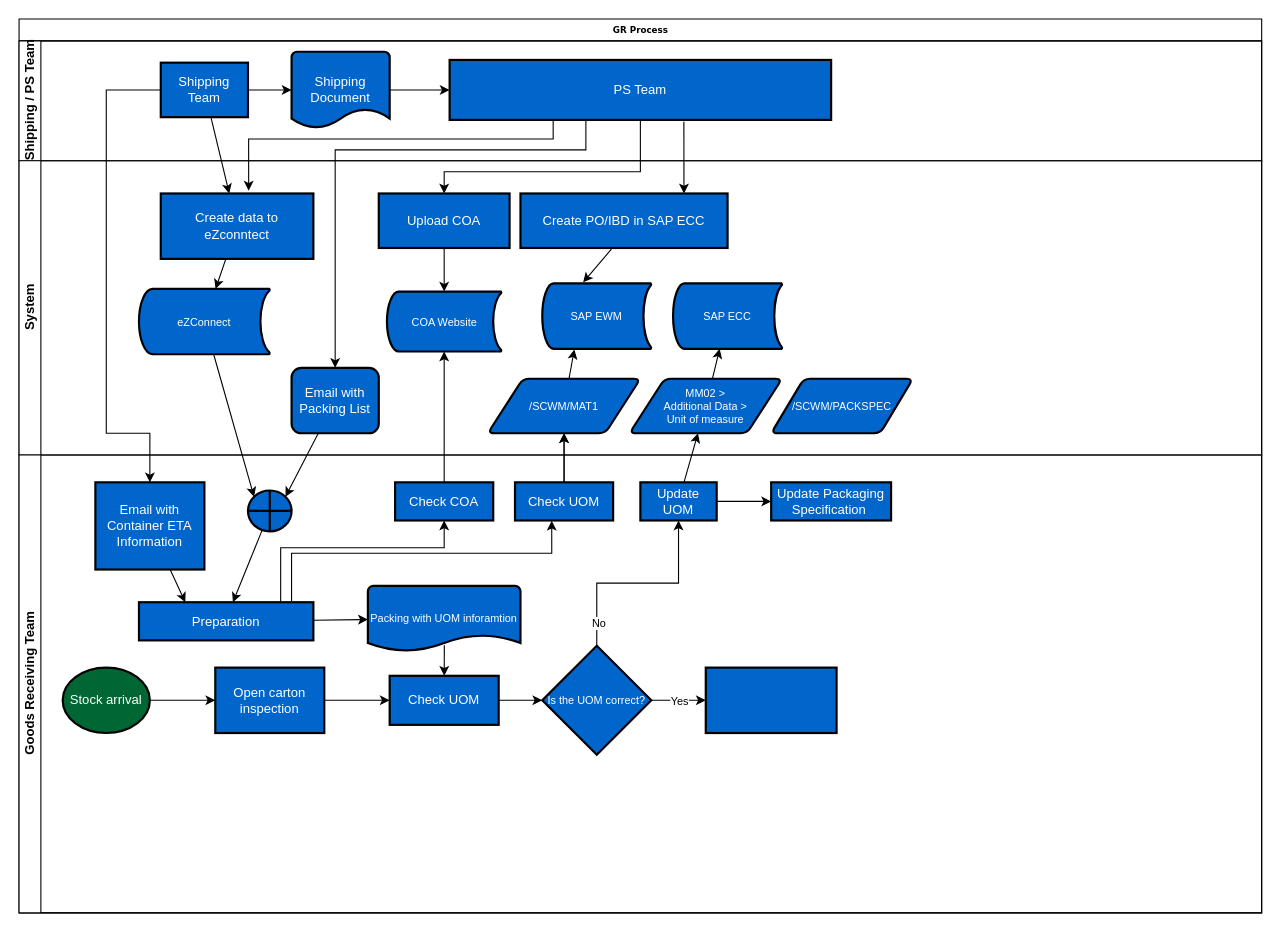
Earlier version of the draw.io diagram GR_Flowchart.drawio (chengkahohk/ZPHK_GR_workflow). Source tidied: cells renumbered, new cells numbered last; positions are measured from the earlier drawing's top-left corner, leaving out a move shared by most shapes. Both pictures are drawn from the tidied source at 109%, with x=0, y=0 at pixel (19, 19).
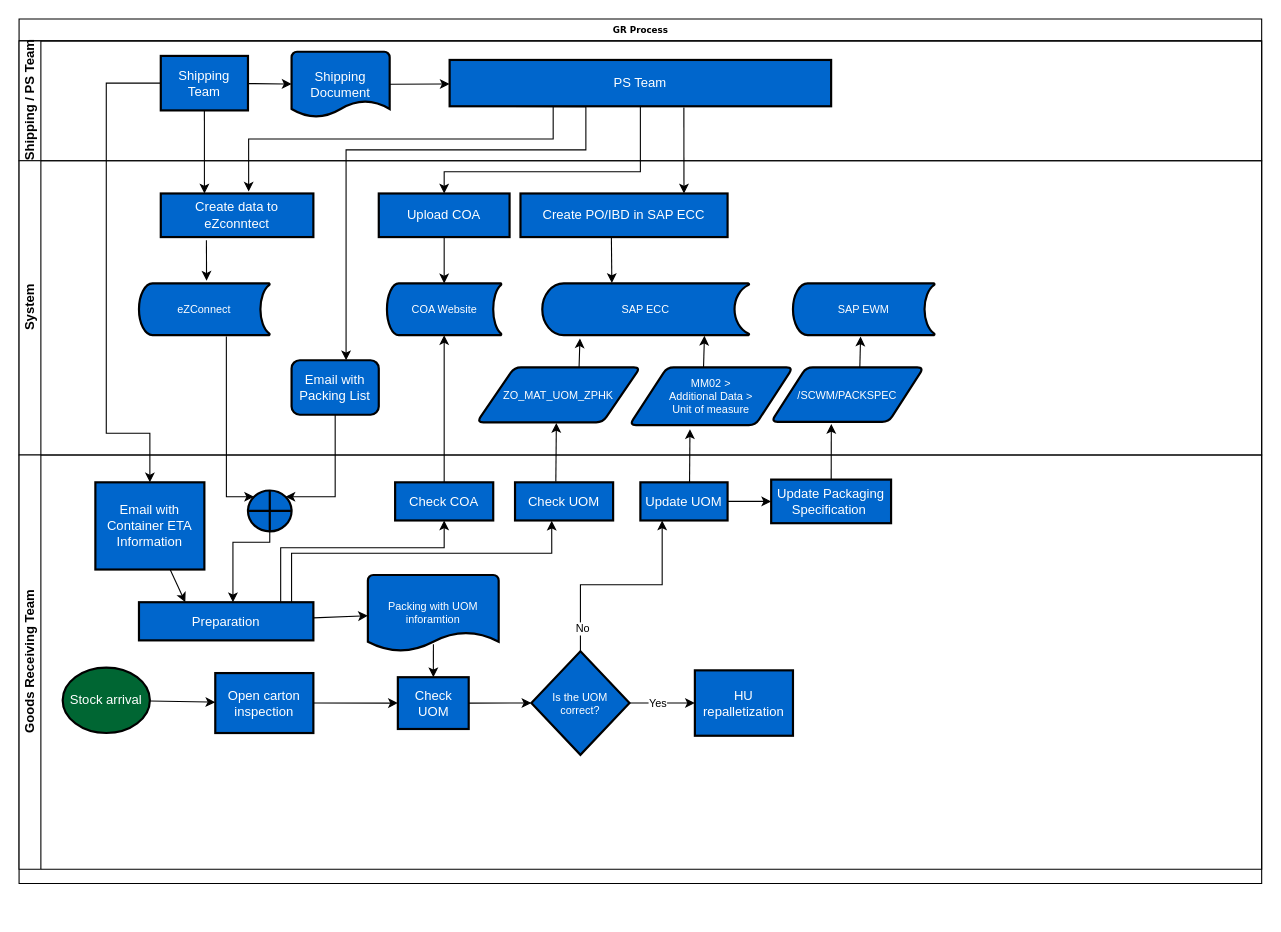
Above is the later version.

The change refers to these unchanged cells:
```xml
<mxCell id="4" value="Shipping / PS Team" style="swimlane;html=1;startSize=20;horizontal=0;" parent="2" vertex="1">
  <mxGeometry y="20" width="1140" height="110" as="geometry" />
</mxCell>
<mxCell id="19" value="System" style="swimlane;html=1;startSize=20;horizontal=0;" parent="2" vertex="1">
  <mxGeometry y="130" width="1140" height="270" as="geometry" />
</mxCell>
<mxCell id="44" value="Check UOM" style="whiteSpace=wrap;html=1;fillColor=#0066CC;fontColor=#FFFFFF;strokeWidth=2;" parent="38" vertex="1">
  <mxGeometry x="455" y="25" width="90" height="35" as="geometry" />
</mxCell>
<mxCell id="45" style="shape=orEllipse;perimeter=ellipsePerimeter;whiteSpace=wrap;html=1;backgroundOutline=1;fontFamily=Helvetica;fontSize=10;fontColor=#FFFFFF;strokeColor=default;strokeWidth=2;fillColor=#0066CC;" parent="38" vertex="1">
  <mxGeometry x="210" y="32.5" width="40" height="37.5" as="geometry" />
</mxCell>
<mxCell id="62" style="edgeStyle=none;rounded=0;jettySize=auto;html=1;fontFamily=Helvetica;fontSize=10;fontColor=#FFFFFF;elbow=vertical;" parent="38" edge="1" source="57" target="61">
  <mxGeometry relative="1" as="geometry" />
</mxCell>
```

The edit, as a diff of the source:
```diff
@@
     <mxCell id="2" value="GR Process" style="swimlane;html=1;horizontal=1;startSize=20;rounded=0;shadow=0;labelBackgroundColor=none;strokeWidth=1;fontFamily=Verdana;fontSize=8;align=center;" parent="1" vertex="1">
-      <mxGeometry width="1140" height="820" as="geometry" />
+      <mxGeometry width="1140" height="793" as="geometry" />
     </mxCell>
@@
-    <mxCell id="5" style="edgeStyle=orthogonalEdgeStyle;curved=1;rounded=0;jettySize=auto;html=1;fontFamily=Helvetica;fontSize=10;fontColor=#FFFFFF;" parent="4" edge="1" source="6" target="7">
+    <mxCell id="5" style="rounded=0;jettySize=auto;html=1;fontFamily=Helvetica;fontSize=10;fontColor=#FFFFFF;" parent="4" edge="1" source="6" target="7">
       <mxGeometry relative="1" as="geometry" />
     </mxCell>
     <mxCell id="6" value="Shipping Document" style="strokeWidth=2;html=1;shape=mxgraph.flowchart.document2;whiteSpace=wrap;size=0.25;fillColor=#0066CC;fontColor=#FFFFFF;" parent="4" vertex="1">
-      <mxGeometry x="250" y="10" width="90" height="70" as="geometry" />
+      <mxGeometry x="250" y="10" width="90" height="60" as="geometry" />
     </mxCell>
     <mxCell id="7" value="PS Team" style="whiteSpace=wrap;html=1;fillColor=#0066CC;fontColor=#FFFFFF;strokeWidth=2;" parent="4" vertex="1">
-      <mxGeometry x="395" y="17.5" width="350" height="55" as="geometry" />
+      <mxGeometry x="395" y="17.5" width="350" height="42.5" as="geometry" />
     </mxCell>
@@
     <mxCell id="9" value="Shipping Team" style="whiteSpace=wrap;html=1;fillColor=#0066CC;fontColor=#FFFFFF;strokeWidth=2;" parent="4" vertex="1">
-      <mxGeometry x="130" y="20" width="80" height="50" as="geometry" />
+      <mxGeometry x="130" y="13.8" width="80" height="50" as="geometry" />
     </mxCell>
@@
-    <mxCell id="12" style="edgeStyle=none;rounded=0;jettySize=auto;html=1;fontFamily=Helvetica;fontSize=10;fontColor=#FFFFFF;elbow=vertical;" parent="2" edge="1" source="44" target="30">
-      <mxGeometry relative="1" as="geometry" />
-    </mxCell>
-    <mxCell id="13" style="edgeStyle=none;rounded=0;jettySize=auto;html=1;entryX=0;entryY=0;entryDx=0;entryDy=0;fontFamily=Helvetica;fontSize=10;fontColor=#FFFFFF;" parent="2" edge="1" source="26" target="45">
-      <mxGeometry relative="1" as="geometry" />
+    <mxCell id="13" style="edgeStyle=orthogonalEdgeStyle;rounded=0;jettySize=auto;html=1;entryX=0;entryY=0;entryDx=0;entryDy=0;fontFamily=Helvetica;fontSize=10;fontColor=#FFFFFF;exitX=0.668;exitY=1.024;exitDx=0;exitDy=0;exitPerimeter=0;" parent="2" edge="1" source="26" target="45">
+      <mxGeometry relative="1" as="geometry">
+        <Array as="points">
+          <mxPoint x="190" y="438" />
+        </Array>
+      </mxGeometry>
     </mxCell>
-    <mxCell id="14" style="edgeStyle=none;rounded=0;jettySize=auto;html=1;entryX=1;entryY=0;entryDx=0;entryDy=0;fontFamily=Helvetica;fontSize=10;fontColor=#FFFFFF;" parent="2" edge="1" source="31" target="45">
-      <mxGeometry relative="1" as="geometry" />
+    <mxCell id="14" style="edgeStyle=orthogonalEdgeStyle;rounded=0;jettySize=auto;html=1;entryX=1;entryY=0;entryDx=0;entryDy=0;fontFamily=Helvetica;fontSize=10;fontColor=#FFFFFF;" parent="2" edge="1" source="31" target="45">
+      <mxGeometry relative="1" as="geometry">
+        <Array as="points">
+          <mxPoint x="290" y="438" />
+        </Array>
+      </mxGeometry>
     </mxCell>
     <mxCell id="15" style="edgeStyle=orthogonalEdgeStyle;rounded=0;jettySize=auto;html=1;exitX=0.09;exitY=1.006;exitDx=0;exitDy=0;fontFamily=Helvetica;fontSize=10;fontColor=#FFFFFF;elbow=vertical;exitPerimeter=0;" parent="2" edge="1" source="7" target="31">
       <mxGeometry relative="1" as="geometry">
         <Array as="points">
-          <mxPoint x="520" y="93" />
+          <mxPoint x="520" y="80" />
           <mxPoint x="520" y="120" />
-          <mxPoint x="290" y="120" />
+          <mxPoint x="300" y="120" />
         </Array>
       </mxGeometry>
     </mxCell>
@@
-    <mxCell id="17" style="rounded=0;jettySize=auto;html=1;fontFamily=Helvetica;fontSize=10;fontColor=#FFFFFF;elbow=vertical;" parent="2" edge="1" source="44" target="30">
+    <mxCell id="17" style="rounded=0;jettySize=auto;html=1;fontFamily=Helvetica;fontSize=10;fontColor=#FFFFFF;elbow=vertical;exitX=0.416;exitY=-0.012;exitDx=0;exitDy=0;exitPerimeter=0;entryX=0.486;entryY=1.011;entryDx=0;entryDy=0;entryPerimeter=0;" parent="2" edge="1" source="44" target="30">
       <mxGeometry relative="1" as="geometry" />
     </mxCell>
-    <mxCell id="18" style="rounded=0;jettySize=auto;html=1;fontFamily=Helvetica;fontSize=10;fontColor=#000000;elbow=vertical;" parent="2" edge="1" source="9" target="25">
+    <mxCell id="18" style="rounded=0;jettySize=auto;html=1;fontFamily=Helvetica;fontSize=10;fontColor=#000000;elbow=vertical;entryX=0.286;entryY=0;entryDx=0;entryDy=0;entryPerimeter=0;" parent="2" edge="1" source="9" target="25">
       <mxGeometry relative="1" as="geometry" />
     </mxCell>
+    <mxCell id="36" style="edgeStyle=orthogonalEdgeStyle;rounded=0;jettySize=auto;html=1;entryX=0.576;entryY=-0.043;entryDx=0;entryDy=0;entryPerimeter=0;fontFamily=Helvetica;fontSize=10;fontColor=#000000;elbow=vertical;" parent="2" edge="1" source="7" target="25">
+      <mxGeometry relative="1" as="geometry">
+        <Array as="points">
+          <mxPoint x="490" y="110" />
+          <mxPoint x="211" y="110" />
+        </Array>
+      </mxGeometry>
+    </mxCell>
+    <mxCell id="37" style="edgeStyle=none;rounded=0;jettySize=auto;html=1;fontFamily=Helvetica;fontSize=10;fontColor=#000000;elbow=vertical;entryX=0.37;entryY=1.072;entryDx=0;entryDy=0;entryPerimeter=0;exitX=0.564;exitY=-0.004;exitDx=0;exitDy=0;exitPerimeter=0;" parent="2" edge="1" source="58" target="34">
+      <mxGeometry relative="1" as="geometry" />
+    </mxCell>
@@
     <mxCell id="20" value="Upload COA" style="whiteSpace=wrap;html=1;fillColor=#0066CC;fontColor=#FFFFFF;strokeWidth=2;" parent="19" vertex="1">
-      <mxGeometry x="330" y="30" width="120" height="50" as="geometry" />
+      <mxGeometry x="330" y="30" width="120" height="40" as="geometry" />
     </mxCell>
-    <mxCell id="21" value="SAP EWM" style="strokeWidth=2;html=1;shape=mxgraph.flowchart.stored_data;whiteSpace=wrap;fontFamily=Helvetica;fontSize=10;fontColor=#FFFFFF;fillColor=#0066CC;" parent="19" vertex="1">
-      <mxGeometry x="480" y="112.5" width="100" height="60" as="geometry" />
+    <mxCell id="21" value="SAP ECC" style="strokeWidth=2;html=1;shape=mxgraph.flowchart.stored_data;whiteSpace=wrap;fontFamily=Helvetica;fontSize=10;fontColor=#FFFFFF;fillColor=#0066CC;" parent="19" vertex="1">
+      <mxGeometry x="480" y="112.5" width="190" height="47.5" as="geometry" />
     </mxCell>
     <mxCell id="22" value="COA Website" style="strokeWidth=2;html=1;shape=mxgraph.flowchart.stored_data;whiteSpace=wrap;fontFamily=Helvetica;fontSize=10;fontColor=#FFFFFF;fillColor=#0066CC;" parent="19" vertex="1">
-      <mxGeometry x="337.5" y="120" width="105" height="55" as="geometry" />
+      <mxGeometry x="337.5" y="112.5" width="105" height="47.5" as="geometry" />
     </mxCell>
@@
-    <mxCell id="24" style="edgeStyle=none;rounded=0;jettySize=auto;html=1;fontFamily=Helvetica;fontSize=10;fontColor=#FFFFFF;" parent="19" edge="1" source="25" target="26">
-      <mxGeometry relative="1" as="geometry" />
+    <mxCell id="24" style="edgeStyle=none;rounded=0;jettySize=auto;html=1;fontFamily=Helvetica;fontSize=10;fontColor=#FFFFFF;exitX=0.299;exitY=1.074;exitDx=0;exitDy=0;exitPerimeter=0;" parent="19" edge="1" source="25">
+      <mxGeometry relative="1" as="geometry">
+        <mxPoint x="172" y="110" as="targetPoint" />
+      </mxGeometry>
     </mxCell>
     <mxCell id="25" value="Create data to eZconntect" style="whiteSpace=wrap;html=1;fillColor=#0066CC;fontColor=#FFFFFF;strokeWidth=2;" parent="19" vertex="1">
-      <mxGeometry x="130" y="30" width="140" height="60" as="geometry" />
+      <mxGeometry x="130" y="30" width="140" height="40" as="geometry" />
     </mxCell>
     <mxCell id="26" value="eZConnect" style="strokeWidth=2;html=1;shape=mxgraph.flowchart.stored_data;whiteSpace=wrap;fontFamily=Helvetica;fontSize=10;fontColor=#FFFFFF;fillColor=#0066CC;" parent="19" vertex="1">
-      <mxGeometry x="110" y="117.5" width="120" height="60" as="geometry" />
+      <mxGeometry x="110" y="112.5" width="120" height="47.5" as="geometry" />
     </mxCell>
-    <mxCell id="27" style="edgeStyle=none;rounded=0;jettySize=auto;html=1;fontFamily=Helvetica;fontSize=10;fontColor=#FFFFFF;exitX=0.439;exitY=1.022;exitDx=0;exitDy=0;exitPerimeter=0;entryX=0.375;entryY=-0.016;entryDx=0;entryDy=0;entryPerimeter=0;" parent="19" edge="1" source="28" target="21">
+    <mxCell id="27" style="edgeStyle=none;rounded=0;jettySize=auto;html=1;fontFamily=Helvetica;fontSize=10;fontColor=#FFFFFF;exitX=0.439;exitY=1.022;exitDx=0;exitDy=0;exitPerimeter=0;entryX=0.336;entryY=-0.007;entryDx=0;entryDy=0;entryPerimeter=0;" parent="19" edge="1" source="28" target="21">
       <mxGeometry relative="1" as="geometry" />
     </mxCell>
     <mxCell id="28" value="Create PO/IBD in SAP ECC" style="whiteSpace=wrap;html=1;fillColor=#0066CC;fontColor=#FFFFFF;strokeWidth=2;" parent="19" vertex="1">
-      <mxGeometry x="460" y="30" width="190" height="50" as="geometry" />
+      <mxGeometry x="460" y="30" width="190" height="40" as="geometry" />
     </mxCell>
-    <mxCell id="29" style="edgeStyle=none;rounded=0;jettySize=auto;html=1;fontFamily=Helvetica;fontSize=10;fontColor=#FFFFFF;elbow=vertical;entryX=0.294;entryY=1.009;entryDx=0;entryDy=0;entryPerimeter=0;" parent="19" edge="1" source="30" target="21">
+    <mxCell id="29" style="edgeStyle=none;rounded=0;jettySize=auto;html=1;fontFamily=Helvetica;fontSize=10;fontColor=#FFFFFF;elbow=vertical;entryX=0.182;entryY=1.063;entryDx=0;entryDy=0;entryPerimeter=0;exitX=0.625;exitY=0.001;exitDx=0;exitDy=0;exitPerimeter=0;" parent="19" edge="1" source="30" target="21">
       <mxGeometry relative="1" as="geometry" />
     </mxCell>
-    <mxCell id="30" value="/SCWM/MAT1" style="shape=parallelogram;html=1;strokeWidth=2;perimeter=parallelogramPerimeter;whiteSpace=wrap;rounded=1;arcSize=12;size=0.23;fontFamily=Helvetica;fontSize=10;fontColor=#FFFFFF;fillColor=#0066CC;" parent="19" vertex="1">
-      <mxGeometry x="430" y="200" width="140" height="50" as="geometry" />
+    <mxCell id="30" value="ZO_MAT_UOM_ZPHK" style="shape=parallelogram;html=1;strokeWidth=2;perimeter=parallelogramPerimeter;whiteSpace=wrap;rounded=1;arcSize=12;size=0.23;fontFamily=Helvetica;fontSize=10;fontColor=#FFFFFF;fillColor=#0066CC;" parent="19" vertex="1">
+      <mxGeometry x="420" y="189.5" width="150" height="50.5" as="geometry" />
     </mxCell>
     <mxCell id="31" value="Email with Packing List" style="whiteSpace=wrap;html=1;fillColor=#0066CC;fontColor=#FFFFFF;rounded=1;strokeWidth=2;" parent="19" vertex="1">
-      <mxGeometry x="250" y="190" width="80" height="60" as="geometry" />
+      <mxGeometry x="250" y="183" width="80" height="50" as="geometry" />
     </mxCell>
+    <mxCell id="66" style="edgeStyle=none;rounded=0;jettySize=auto;html=1;fontSize=9;exitX=0.581;exitY=0.002;exitDx=0;exitDy=0;exitPerimeter=0;entryX=0.477;entryY=1.025;entryDx=0;entryDy=0;entryPerimeter=0;" parent="19" edge="1" source="32" target="35">
+      <mxGeometry relative="1" as="geometry" />
+    </mxCell>
     <mxCell id="32" value="&lt;font style=&quot;font-size: 10px;&quot;&gt;/SCWM/PACKSPEC&lt;/font&gt;" style="shape=parallelogram;html=1;strokeWidth=2;perimeter=parallelogramPerimeter;whiteSpace=wrap;rounded=1;arcSize=12;size=0.23;fontFamily=Helvetica;fontSize=10;fontColor=#FFFFFF;fillColor=#0066CC;" parent="19" vertex="1">
-      <mxGeometry x="690" y="200" width="130" height="50" as="geometry" />
+      <mxGeometry x="690" y="189.5" width="140" height="50" as="geometry" />
     </mxCell>
-    <mxCell id="33" style="edgeStyle=none;rounded=0;jettySize=auto;html=1;fontFamily=Helvetica;fontSize=10;fontColor=#000000;elbow=vertical;" parent="19" edge="1" source="34" target="35">
-      <mxGeometry relative="1" as="geometry" />
-    </mxCell>
+    <mxCell id="67" style="rounded=0;jettySize=auto;html=1;entryX=0.783;entryY=1.013;entryDx=0;entryDy=0;entryPerimeter=0;fontSize=9;exitX=0.453;exitY=0.001;exitDx=0;exitDy=0;exitPerimeter=0;" parent="19" edge="1" source="34" target="21">
+      <mxGeometry relative="1" as="geometry" />
+    </mxCell>
     <mxCell id="34" value="&lt;font style=&quot;font-size: 10px;&quot;&gt;MM02 &amp;gt; &lt;br&gt;Additional Data &amp;gt; &lt;br&gt;Unit of measure&lt;/font&gt;" style="shape=parallelogram;html=1;strokeWidth=2;perimeter=parallelogramPerimeter;whiteSpace=wrap;rounded=1;arcSize=12;size=0.23;fontFamily=Helvetica;fontSize=10;fontColor=#FFFFFF;fillColor=#0066CC;" parent="19" vertex="1">
-      <mxGeometry x="560" y="200" width="140" height="50" as="geometry" />
+      <mxGeometry x="560" y="189.5" width="150" height="53" as="geometry" />
     </mxCell>
-    <mxCell id="35" value="SAP ECC" style="strokeWidth=2;html=1;shape=mxgraph.flowchart.stored_data;whiteSpace=wrap;fontFamily=Helvetica;fontSize=10;fontColor=#FFFFFF;fillColor=#0066CC;" parent="19" vertex="1">
-      <mxGeometry x="600" y="112.5" width="100" height="60" as="geometry" />
+    <mxCell id="35" value="SAP EWM" style="strokeWidth=2;html=1;shape=mxgraph.flowchart.stored_data;whiteSpace=wrap;fontFamily=Helvetica;fontSize=10;fontColor=#FFFFFF;fillColor=#0066CC;" parent="19" vertex="1">
+      <mxGeometry x="710" y="112.5" width="130" height="47.5" as="geometry" />
     </mxCell>
-    <mxCell id="36" style="edgeStyle=orthogonalEdgeStyle;rounded=0;jettySize=auto;html=1;entryX=0.576;entryY=-0.043;entryDx=0;entryDy=0;entryPerimeter=0;fontFamily=Helvetica;fontSize=10;fontColor=#000000;elbow=vertical;" parent="2" edge="1" source="7" target="25">
-      <mxGeometry relative="1" as="geometry">
-        <Array as="points">
-          <mxPoint x="490" y="110" />
-          <mxPoint x="211" y="110" />
-        </Array>
-      </mxGeometry>
-    </mxCell>
-    <mxCell id="37" style="edgeStyle=none;rounded=0;jettySize=auto;html=1;fontFamily=Helvetica;fontSize=10;fontColor=#000000;elbow=vertical;" parent="2" edge="1" source="58" target="34">
-      <mxGeometry relative="1" as="geometry" />
-    </mxCell>
+    <mxCell id="68" style="edgeStyle=none;rounded=0;jettySize=auto;html=1;entryX=0.394;entryY=1.04;entryDx=0;entryDy=0;entryPerimeter=0;" parent="2" edge="1" source="64" target="32">
+      <mxGeometry relative="1" as="geometry" />
+    </mxCell>
     <mxCell id="38" value="Goods Receiving Team" style="swimlane;html=1;startSize=20;horizontal=0;" parent="2" vertex="1">
-      <mxGeometry y="400" width="1140" height="420" as="geometry" />
+      <mxGeometry y="400" width="1140" height="380" as="geometry" />
     </mxCell>
@@
-    <mxCell id="46" style="rounded=0;jettySize=auto;html=1;fontFamily=Helvetica;fontSize=10;fontColor=#FFFFFF;elbow=vertical;" parent="38" edge="1" source="45">
+    <mxCell id="46" style="rounded=0;jettySize=auto;html=1;fontFamily=Helvetica;fontSize=10;fontColor=#FFFFFF;elbow=vertical;edgeStyle=orthogonalEdgeStyle;" parent="38" edge="1" source="45">
       <mxGeometry relative="1" as="geometry">
         <mxPoint x="196.2" y="135" as="targetPoint" />
+        <Array as="points">
+          <mxPoint x="230" y="80" />
+          <mxPoint x="196" y="80" />
+        </Array>
       </mxGeometry>
     </mxCell>
@@
     <mxCell id="51" value="Open carton inspection" style="whiteSpace=wrap;html=1;fillColor=#0066CC;fontColor=#FFFFFF;strokeWidth=2;" parent="38" vertex="1">
-      <mxGeometry x="180" y="195" width="100" height="60" as="geometry" />
+      <mxGeometry x="180" y="200" width="90" height="55" as="geometry" />
     </mxCell>
@@
     <mxCell id="53" value="Check UOM" style="whiteSpace=wrap;html=1;fillColor=#0066CC;fontColor=#FFFFFF;strokeWidth=2;" parent="38" vertex="1">
-      <mxGeometry x="340" y="202.5" width="100" height="45" as="geometry" />
+      <mxGeometry x="347.5" y="203.8" width="65" height="47.5" as="geometry" />
     </mxCell>
@@
     <mxCell id="56" value="Packing with UOM inforamtion" style="strokeWidth=2;html=1;shape=mxgraph.flowchart.document2;whiteSpace=wrap;size=0.25;fontFamily=Helvetica;fontSize=10;fontColor=#FFFFFF;fillColor=#0066CC;" parent="38" vertex="1">
-      <mxGeometry x="320" y="120" width="140" height="60" as="geometry" />
+      <mxGeometry x="320" y="110" width="120" height="70" as="geometry" />
     </mxCell>
     <mxCell id="57" value="Is the UOM correct?" style="strokeWidth=2;html=1;shape=mxgraph.flowchart.decision;whiteSpace=wrap;fontFamily=Helvetica;fontSize=10;fontColor=#FFFFFF;fillColor=#0066CC;" parent="38" vertex="1">
-      <mxGeometry x="480" y="175" width="100" height="100" as="geometry" />
+      <mxGeometry x="470" y="180" width="90" height="95" as="geometry" />
     </mxCell>
     <mxCell id="58" value="Update UOM" style="whiteSpace=wrap;html=1;fillColor=#0066CC;fontColor=#FFFFFF;strokeWidth=2;" parent="38" vertex="1">
-      <mxGeometry x="570" y="25" width="70" height="35" as="geometry" />
+      <mxGeometry x="570" y="25" width="80" height="35" as="geometry" />
     </mxCell>
     <mxCell id="59" style="edgeStyle=orthogonalEdgeStyle;rounded=0;jettySize=auto;html=1;fontFamily=Helvetica;fontSize=10;fontColor=#000000;elbow=vertical;" parent="38" edge="1" source="57" target="58">
-      <mxGeometry relative="1" as="geometry" />
+      <mxGeometry relative="1" as="geometry">
+        <Array as="points">
+          <mxPoint x="515" y="119" />
+          <mxPoint x="590" y="119" />
+        </Array>
+      </mxGeometry>
     </mxCell>
@@
-    <mxCell id="61" style="whiteSpace=wrap;html=1;fillColor=#0066CC;fontColor=#FFFFFF;strokeWidth=2;" parent="38" vertex="1">
-      <mxGeometry x="630" y="195" width="120" height="60" as="geometry" />
+    <mxCell id="61" value="HU repalletization" style="whiteSpace=wrap;html=1;fillColor=#0066CC;fontColor=#FFFFFF;strokeWidth=2;" parent="38" vertex="1">
+      <mxGeometry x="620" y="197.5" width="90" height="60" as="geometry" />
     </mxCell>
@@
     <mxCell id="63" value="Yes" style="edgeLabel;html=1;align=center;verticalAlign=middle;fontSize=10;fontFamily=Helvetica;fontColor=#000000;" parent="62" vertex="1">
       <mxGeometry x="-0.48" y="1" relative="1" as="geometry">
-        <mxPoint x="12" y="1" as="offset" />
+        <mxPoint x="9" y="1" as="offset" />
       </mxGeometry>
     </mxCell>
     <mxCell id="64" value="Update Packaging Specification&amp;nbsp;" style="whiteSpace=wrap;html=1;fillColor=#0066CC;fontColor=#FFFFFF;strokeWidth=2;" parent="38" vertex="1">
-      <mxGeometry x="690" y="25" width="110" height="35" as="geometry" />
+      <mxGeometry x="690" y="22.5" width="110" height="40" as="geometry" />
     </mxCell>
-    <mxCell id="65" style="edgeStyle=orthogonalEdgeStyle;rounded=0;jettySize=auto;html=1;fontFamily=Helvetica;fontSize=10;fontColor=#000000;elbow=vertical;" parent="38" edge="1" source="58" target="64">
+    <mxCell id="65" style="rounded=0;jettySize=auto;html=1;fontFamily=Helvetica;fontSize=10;fontColor=#000000;elbow=vertical;" parent="38" edge="1" source="58" target="64">
       <mxGeometry relative="1" as="geometry" />
     </mxCell>
```
